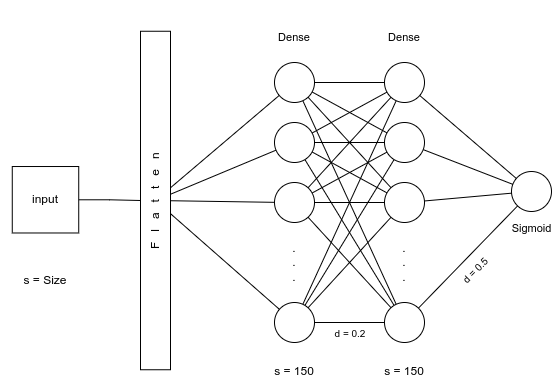
Before: present/img/red-densa.png, a diagram exported from draw.io (xebertz/ebertz-lopez-tp-lcs). Source tidied: cells renumbered, new cells last; positions are measured from the earlier drawing's top-left corner, leaving out a move shared by most shapes. The source it was exported from:
```xml
<mxGraphModel>
  <root>
    <mxCell id="0" />
    <mxCell id="1" parent="0" />
    <mxCell id="2" style="rounded=0;jettySize=auto;html=1;endArrow=none;endFill=0;" parent="1" edge="1" source="6" target="36">
      <mxGeometry relative="1" as="geometry" />
    </mxCell>
    <mxCell id="3" style="rounded=0;jettySize=auto;html=1;endArrow=none;endFill=0;" parent="1" edge="1" source="6" target="35">
      <mxGeometry relative="1" as="geometry" />
    </mxCell>
    <mxCell id="4" style="rounded=0;jettySize=auto;html=1;endArrow=none;endFill=0;" parent="1" edge="1" source="6" target="34">
      <mxGeometry relative="1" as="geometry" />
    </mxCell>
    <mxCell id="5" style="rounded=0;jettySize=auto;html=1;endArrow=none;endFill=0;" parent="1" edge="1" source="6" target="37">
      <mxGeometry relative="1" as="geometry" />
    </mxCell>
    <mxCell id="6" style="rounded=0;whiteSpace=wrap;html=1;" parent="1" vertex="1">
      <mxGeometry x="140" y="30.8" width="30" height="338.5" as="geometry" />
    </mxCell>
    <mxCell id="7" style="ellipse;whiteSpace=wrap;html=1;" parent="1" vertex="1">
      <mxGeometry x="511" y="171" width="40" height="40" as="geometry" />
    </mxCell>
    <mxCell id="8" style="edgeStyle=orthogonalEdgeStyle;rounded=0;jettySize=auto;html=1;endArrow=none;endFill=0;" parent="1" edge="1" source="36" target="45">
      <mxGeometry relative="1" as="geometry" />
    </mxCell>
    <mxCell id="9" style="rounded=0;jettySize=auto;html=1;endArrow=none;endFill=0;" parent="1" edge="1" source="36" target="44">
      <mxGeometry relative="1" as="geometry" />
    </mxCell>
    <mxCell id="10" style="rounded=0;jettySize=auto;html=1;endArrow=none;endFill=0;" parent="1" edge="1" source="36" target="43">
      <mxGeometry relative="1" as="geometry" />
    </mxCell>
    <mxCell id="11" style="rounded=0;jettySize=auto;html=1;endArrow=none;endFill=0;" parent="1" edge="1" source="36" target="46">
      <mxGeometry relative="1" as="geometry" />
    </mxCell>
    <mxCell id="12" style="rounded=0;jettySize=auto;html=1;endArrow=none;endFill=0;" parent="1" edge="1" source="35" target="45">
      <mxGeometry relative="1" as="geometry" />
    </mxCell>
    <mxCell id="13" style="edgeStyle=orthogonalEdgeStyle;rounded=0;jettySize=auto;html=1;endArrow=none;endFill=0;" parent="1" edge="1" source="35" target="44">
      <mxGeometry relative="1" as="geometry" />
    </mxCell>
    <mxCell id="14" style="rounded=0;jettySize=auto;html=1;endArrow=none;endFill=0;" parent="1" edge="1" source="35" target="43">
      <mxGeometry relative="1" as="geometry" />
    </mxCell>
    <mxCell id="15" style="rounded=0;jettySize=auto;html=1;endArrow=none;endFill=0;" parent="1" edge="1" source="35" target="46">
      <mxGeometry relative="1" as="geometry" />
    </mxCell>
    <mxCell id="16" style="rounded=0;jettySize=auto;html=1;endArrow=none;endFill=0;" parent="1" edge="1" source="34" target="45">
      <mxGeometry relative="1" as="geometry" />
    </mxCell>
    <mxCell id="17" style="rounded=0;jettySize=auto;html=1;endArrow=none;endFill=0;" parent="1" edge="1" source="34" target="44">
      <mxGeometry relative="1" as="geometry" />
    </mxCell>
    <mxCell id="18" style="edgeStyle=orthogonalEdgeStyle;rounded=0;jettySize=auto;html=1;endArrow=none;endFill=0;" parent="1" edge="1" source="34" target="43">
      <mxGeometry relative="1" as="geometry" />
    </mxCell>
    <mxCell id="19" style="rounded=0;jettySize=auto;html=1;endArrow=none;endFill=0;" parent="1" edge="1" source="34" target="46">
      <mxGeometry relative="1" as="geometry" />
    </mxCell>
    <mxCell id="20" style="rounded=0;jettySize=auto;html=1;endArrow=none;endFill=0;" parent="1" edge="1" source="37" target="45">
      <mxGeometry relative="1" as="geometry" />
    </mxCell>
    <mxCell id="21" style="rounded=0;jettySize=auto;html=1;endArrow=none;endFill=0;" parent="1" edge="1" source="37" target="44">
      <mxGeometry relative="1" as="geometry" />
    </mxCell>
    <mxCell id="22" style="rounded=0;jettySize=auto;html=1;endArrow=none;endFill=0;" parent="1" edge="1" source="37" target="43">
      <mxGeometry relative="1" as="geometry" />
    </mxCell>
    <mxCell id="23" style="edgeStyle=orthogonalEdgeStyle;rounded=0;jettySize=auto;html=1;endArrow=none;endFill=0;" parent="1" edge="1" source="37" target="46">
      <mxGeometry relative="1" as="geometry" />
    </mxCell>
    <mxCell id="24" style="rounded=0;jettySize=auto;html=1;endArrow=none;endFill=0;" parent="1" edge="1" source="45" target="7">
      <mxGeometry relative="1" as="geometry" />
    </mxCell>
    <mxCell id="25" style="rounded=0;jettySize=auto;html=1;endArrow=none;endFill=0;" parent="1" edge="1" source="44" target="7">
      <mxGeometry relative="1" as="geometry" />
    </mxCell>
    <mxCell id="26" style="rounded=0;jettySize=auto;html=1;endArrow=none;endFill=0;" parent="1" edge="1" source="43" target="7">
      <mxGeometry relative="1" as="geometry" />
    </mxCell>
    <mxCell id="27" style="rounded=0;jettySize=auto;html=1;endArrow=none;endFill=0;" parent="1" edge="1" source="46" target="7">
      <mxGeometry relative="1" as="geometry" />
    </mxCell>
    <mxCell id="28" value="F&amp;nbsp; &amp;nbsp;l&amp;nbsp; &amp;nbsp;a&amp;nbsp; &amp;nbsp;t&amp;nbsp; &amp;nbsp;t&amp;nbsp; &amp;nbsp;e&amp;nbsp; &amp;nbsp;n" style="text;html=1;strokeColor=none;fillColor=none;align=center;verticalAlign=middle;whiteSpace=wrap;rounded=0;rotation=-90;spacingTop=0;spacing=0;" parent="1" vertex="1">
      <mxGeometry x="90" y="190.8" width="130" height="20" as="geometry" />
    </mxCell>
    <mxCell id="29" value="d = 0.2" style="text;html=1;strokeColor=none;fillColor=none;align=center;verticalAlign=middle;whiteSpace=wrap;rounded=0;fontSize=10;" parent="1" vertex="1">
      <mxGeometry x="330" y="328" width="40" height="10" as="geometry" />
    </mxCell>
    <mxCell id="30" value="d = 0.5" style="text;html=1;strokeColor=none;fillColor=none;align=center;verticalAlign=middle;whiteSpace=wrap;rounded=0;fontSize=10;rotation=-45;" parent="1" vertex="1">
      <mxGeometry x="455" y="265" width="40" height="10" as="geometry" />
    </mxCell>
    <mxCell id="31" style="edgeStyle=orthogonalEdgeStyle;rounded=0;jettySize=auto;html=1;endArrow=none;endFill=0;" parent="1" edge="1" source="50" target="6">
      <mxGeometry relative="1" as="geometry" />
    </mxCell>
    <mxCell id="32" style="group;" parent="1" vertex="1">
      <mxGeometry x="264" y="22" width="60" height="320" as="geometry" />
    </mxCell>
    <mxCell id="33" style="group;" parent="32" vertex="1">
      <mxGeometry x="10" y="40" width="40" height="280" as="geometry" />
    </mxCell>
    <mxCell id="34" style="ellipse;whiteSpace=wrap;html=1;" parent="33" vertex="1">
      <mxGeometry y="120" width="40" height="40" as="geometry" />
    </mxCell>
    <mxCell id="35" style="ellipse;whiteSpace=wrap;html=1;" parent="33" vertex="1">
      <mxGeometry y="60" width="40" height="40" as="geometry" />
    </mxCell>
    <mxCell id="36" style="ellipse;whiteSpace=wrap;html=1;" parent="33" vertex="1">
      <mxGeometry width="40" height="40" as="geometry" />
    </mxCell>
    <mxCell id="37" style="ellipse;whiteSpace=wrap;html=1;" parent="33" vertex="1">
      <mxGeometry y="240" width="40" height="40" as="geometry" />
    </mxCell>
    <mxCell id="38" value=".&lt;br&gt;.&lt;br&gt;." style="text;html=1;strokeColor=none;fillColor=none;align=center;verticalAlign=middle;whiteSpace=wrap;rounded=0;" parent="33" vertex="1">
      <mxGeometry x="10" y="180" width="20" height="40" as="geometry" />
    </mxCell>
    <mxCell id="39" value="&lt;font style=&quot;font-size: 11px;&quot;&gt;Dense&lt;/font&gt;" style="text;html=1;strokeColor=none;fillColor=none;align=center;verticalAlign=middle;whiteSpace=wrap;rounded=0;" parent="32" vertex="1">
      <mxGeometry width="60" height="30" as="geometry" />
    </mxCell>
    <mxCell id="40" style="group;" parent="1" vertex="1">
      <mxGeometry x="375" width="60" height="340" as="geometry" />
    </mxCell>
    <mxCell id="41" value="&lt;font style=&quot;font-size: 11px;&quot;&gt;Dense&lt;/font&gt;" style="text;html=1;strokeColor=none;fillColor=none;align=center;verticalAlign=middle;whiteSpace=wrap;rounded=0;" parent="40" vertex="1">
      <mxGeometry x="-1" y="22" width="60" height="30" as="geometry" />
    </mxCell>
    <mxCell id="42" style="group;" parent="40" vertex="1">
      <mxGeometry x="9" y="62" width="40" height="280" as="geometry" />
    </mxCell>
    <mxCell id="43" style="ellipse;whiteSpace=wrap;html=1;" parent="42" vertex="1">
      <mxGeometry y="120" width="40" height="40" as="geometry" />
    </mxCell>
    <mxCell id="44" style="ellipse;whiteSpace=wrap;html=1;" parent="42" vertex="1">
      <mxGeometry y="60" width="40" height="40" as="geometry" />
    </mxCell>
    <mxCell id="45" style="ellipse;whiteSpace=wrap;html=1;" parent="42" vertex="1">
      <mxGeometry width="40" height="40" as="geometry" />
    </mxCell>
    <mxCell id="46" style="ellipse;whiteSpace=wrap;html=1;" parent="42" vertex="1">
      <mxGeometry y="240" width="40" height="40" as="geometry" />
    </mxCell>
    <mxCell id="47" value=".&lt;br&gt;.&lt;br&gt;." style="text;html=1;strokeColor=none;fillColor=none;align=center;verticalAlign=middle;whiteSpace=wrap;rounded=0;" parent="42" vertex="1">
      <mxGeometry x="10" y="180" width="20" height="40" as="geometry" />
    </mxCell>
    <mxCell id="48" value="s = 150" style="text;html=1;strokeColor=none;fillColor=none;align=center;verticalAlign=middle;whiteSpace=wrap;rounded=0;" parent="1" vertex="1">
      <mxGeometry x="264" y="356" width="60" height="30" as="geometry" />
    </mxCell>
    <mxCell id="49" value="s = 150" style="text;html=1;strokeColor=none;fillColor=none;align=center;verticalAlign=middle;whiteSpace=wrap;rounded=0;" parent="1" vertex="1">
      <mxGeometry x="374" y="356" width="60" height="30" as="geometry" />
    </mxCell>
    <mxCell id="50" value="input" style="whiteSpace=wrap;html=1;" parent="1" vertex="1">
      <mxGeometry x="11.8" y="166" width="66.5" height="66.5" as="geometry" />
    </mxCell>
    <mxCell id="51" value="Sigmoid" style="text;html=1;strokeColor=none;fillColor=none;align=center;verticalAlign=middle;whiteSpace=wrap;rounded=0;fontSize=11;" parent="1" vertex="1">
      <mxGeometry x="509.5" y="222" width="43" height="11.7" as="geometry" />
    </mxCell>
    <mxCell id="52" value="s = Size" style="text;html=1;strokeColor=none;fillColor=none;align=center;verticalAlign=middle;whiteSpace=wrap;rounded=0;" parent="1" vertex="1">
      <mxGeometry y="264.8" width="90" height="30" as="geometry" />
    </mxCell>
  </root>
</mxGraphModel>
```
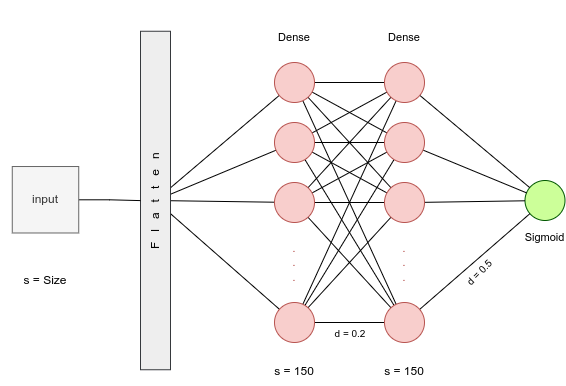
The same diagram one commit later.

What changed in the source:
```diff
@@ -14,11 +14,11 @@
     <mxCell id="5" style="rounded=0;jettySize=auto;html=1;endArrow=none;endFill=0;" parent="1" edge="1" source="6" target="37">
       <mxGeometry relative="1" as="geometry" />
     </mxCell>
-    <mxCell id="6" style="rounded=0;whiteSpace=wrap;html=1;" parent="1" vertex="1">
+    <mxCell id="6" style="rounded=0;whiteSpace=wrap;html=1;fillColor=#eeeeee;strokeColor=#36393d;" parent="1" vertex="1">
       <mxGeometry x="140" y="30.8" width="30" height="338.5" as="geometry" />
     </mxCell>
-    <mxCell id="7" style="ellipse;whiteSpace=wrap;html=1;" parent="1" vertex="1">
-      <mxGeometry x="511" y="171" width="40" height="40" as="geometry" />
+    <mxCell id="7" style="ellipse;whiteSpace=wrap;html=1;fillColor=#CCFF99;strokeColor=#005700;" parent="1" vertex="1">
+      <mxGeometry x="524.5" y="180" width="40" height="40" as="geometry" />
     </mxCell>
     <mxCell id="8" style="edgeStyle=orthogonalEdgeStyle;rounded=0;jettySize=auto;html=1;endArrow=none;endFill=0;" parent="1" edge="1" source="36" target="45">
       <mxGeometry relative="1" as="geometry" />
@@ -87,7 +87,7 @@
       <mxGeometry x="330" y="328" width="40" height="10" as="geometry" />
     </mxCell>
     <mxCell id="30" value="d = 0.5" style="text;html=1;strokeColor=none;fillColor=none;align=center;verticalAlign=middle;whiteSpace=wrap;rounded=0;fontSize=10;rotation=-45;" parent="1" vertex="1">
-      <mxGeometry x="455" y="265" width="40" height="10" as="geometry" />
+      <mxGeometry x="459" y="267" width="40" height="10" as="geometry" />
     </mxCell>
     <mxCell id="31" style="edgeStyle=orthogonalEdgeStyle;rounded=0;jettySize=auto;html=1;endArrow=none;endFill=0;" parent="1" edge="1" source="50" target="6">
       <mxGeometry relative="1" as="geometry" />
@@ -98,19 +98,19 @@
     <mxCell id="33" style="group;" parent="32" vertex="1">
       <mxGeometry x="10" y="40" width="40" height="280" as="geometry" />
     </mxCell>
-    <mxCell id="34" style="ellipse;whiteSpace=wrap;html=1;" parent="33" vertex="1">
+    <mxCell id="34" style="ellipse;whiteSpace=wrap;html=1;fillColor=#F8CECC;strokeColor=#b85450;" parent="33" vertex="1">
       <mxGeometry y="120" width="40" height="40" as="geometry" />
     </mxCell>
-    <mxCell id="35" style="ellipse;whiteSpace=wrap;html=1;" parent="33" vertex="1">
+    <mxCell id="35" style="ellipse;whiteSpace=wrap;html=1;fillColor=#F8CECC;strokeColor=#b85450;" parent="33" vertex="1">
       <mxGeometry y="60" width="40" height="40" as="geometry" />
     </mxCell>
-    <mxCell id="36" style="ellipse;whiteSpace=wrap;html=1;" parent="33" vertex="1">
+    <mxCell id="36" style="ellipse;whiteSpace=wrap;html=1;fillColor=#F8CECC;strokeColor=#b85450;" parent="33" vertex="1">
       <mxGeometry width="40" height="40" as="geometry" />
     </mxCell>
-    <mxCell id="37" style="ellipse;whiteSpace=wrap;html=1;" parent="33" vertex="1">
+    <mxCell id="37" style="ellipse;whiteSpace=wrap;html=1;fillColor=#F8CECC;strokeColor=#b85450;" parent="33" vertex="1">
       <mxGeometry y="240" width="40" height="40" as="geometry" />
     </mxCell>
-    <mxCell id="38" value=".&lt;br&gt;.&lt;br&gt;." style="text;html=1;strokeColor=none;fillColor=none;align=center;verticalAlign=middle;whiteSpace=wrap;rounded=0;" parent="33" vertex="1">
+    <mxCell id="38" value=".&lt;br&gt;.&lt;br&gt;." style="text;html=1;strokeColor=none;fillColor=none;align=center;verticalAlign=middle;whiteSpace=wrap;rounded=0;fontColor=#B85450;" parent="33" vertex="1">
       <mxGeometry x="10" y="180" width="20" height="40" as="geometry" />
     </mxCell>
     <mxCell id="39" value="&lt;font style=&quot;font-size: 11px;&quot;&gt;Dense&lt;/font&gt;" style="text;html=1;strokeColor=none;fillColor=none;align=center;verticalAlign=middle;whiteSpace=wrap;rounded=0;" parent="32" vertex="1">
@@ -125,19 +125,19 @@
     <mxCell id="42" style="group;" parent="40" vertex="1">
       <mxGeometry x="9" y="62" width="40" height="280" as="geometry" />
     </mxCell>
-    <mxCell id="43" style="ellipse;whiteSpace=wrap;html=1;" parent="42" vertex="1">
+    <mxCell id="43" style="ellipse;whiteSpace=wrap;html=1;fillColor=#f8cecc;strokeColor=#b85450;" parent="42" vertex="1">
       <mxGeometry y="120" width="40" height="40" as="geometry" />
     </mxCell>
-    <mxCell id="44" style="ellipse;whiteSpace=wrap;html=1;" parent="42" vertex="1">
+    <mxCell id="44" style="ellipse;whiteSpace=wrap;html=1;fillColor=#f8cecc;strokeColor=#b85450;" parent="42" vertex="1">
       <mxGeometry y="60" width="40" height="40" as="geometry" />
     </mxCell>
-    <mxCell id="45" style="ellipse;whiteSpace=wrap;html=1;" parent="42" vertex="1">
+    <mxCell id="45" style="ellipse;whiteSpace=wrap;html=1;fillColor=#f8cecc;strokeColor=#b85450;" parent="42" vertex="1">
       <mxGeometry width="40" height="40" as="geometry" />
     </mxCell>
-    <mxCell id="46" style="ellipse;whiteSpace=wrap;html=1;" parent="42" vertex="1">
+    <mxCell id="46" style="ellipse;whiteSpace=wrap;html=1;fillColor=#f8cecc;strokeColor=#b85450;" parent="42" vertex="1">
       <mxGeometry y="240" width="40" height="40" as="geometry" />
     </mxCell>
-    <mxCell id="47" value=".&lt;br&gt;.&lt;br&gt;." style="text;html=1;strokeColor=none;fillColor=none;align=center;verticalAlign=middle;whiteSpace=wrap;rounded=0;" parent="42" vertex="1">
+    <mxCell id="47" value="&lt;font color=&quot;#b85450&quot;&gt;.&lt;br&gt;.&lt;br&gt;.&lt;/font&gt;" style="text;html=1;strokeColor=none;fillColor=none;align=center;verticalAlign=middle;whiteSpace=wrap;rounded=0;" parent="42" vertex="1">
       <mxGeometry x="10" y="180" width="20" height="40" as="geometry" />
     </mxCell>
     <mxCell id="48" value="s = 150" style="text;html=1;strokeColor=none;fillColor=none;align=center;verticalAlign=middle;whiteSpace=wrap;rounded=0;" parent="1" vertex="1">
@@ -146,11 +146,11 @@
     <mxCell id="49" value="s = 150" style="text;html=1;strokeColor=none;fillColor=none;align=center;verticalAlign=middle;whiteSpace=wrap;rounded=0;" parent="1" vertex="1">
       <mxGeometry x="374" y="356" width="60" height="30" as="geometry" />
     </mxCell>
-    <mxCell id="50" value="input" style="whiteSpace=wrap;html=1;" parent="1" vertex="1">
+    <mxCell id="50" value="input" style="whiteSpace=wrap;html=1;fillColor=#F5F5F5;fontColor=#333333;strokeColor=#666666;" parent="1" vertex="1">
       <mxGeometry x="11.8" y="166" width="66.5" height="66.5" as="geometry" />
     </mxCell>
     <mxCell id="51" value="Sigmoid" style="text;html=1;strokeColor=none;fillColor=none;align=center;verticalAlign=middle;whiteSpace=wrap;rounded=0;fontSize=11;" parent="1" vertex="1">
-      <mxGeometry x="509.5" y="222" width="43" height="11.7" as="geometry" />
+      <mxGeometry x="523" y="231" width="43" height="11.7" as="geometry" />
     </mxCell>
     <mxCell id="52" value="s = Size" style="text;html=1;strokeColor=none;fillColor=none;align=center;verticalAlign=middle;whiteSpace=wrap;rounded=0;" parent="1" vertex="1">
       <mxGeometry y="264.8" width="90" height="30" as="geometry" />
```
